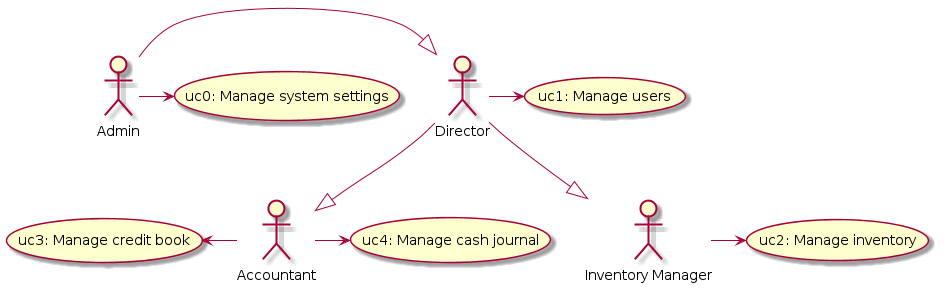
Above: docs/images/generated/features_overview_guc.png in aert/aert-farmerp (PlantUML), before the change.
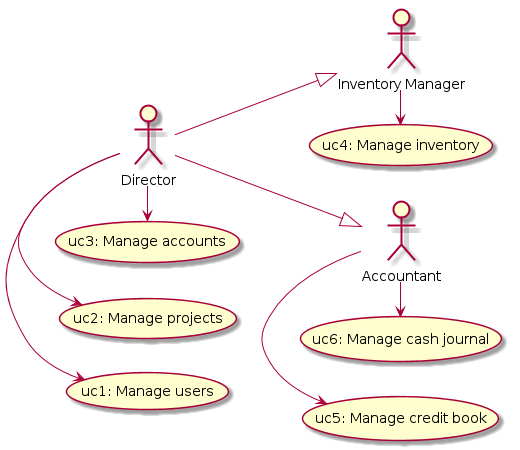
Above is the later version.

Change to the diagram source:
```diff
@@ -1,24 +1,25 @@
 @startuml features_overview_guc.png
 
 
+   left to right direction
    :Inventory Manager: as Inventory
    :Accountant:
-   :Admin:
    :Director:
-   (uc0: Manage system settings) as (guc0)
-   (uc1: Manage users) as (guc1)
-   (uc2: Manage inventory) as (guc2)
-   (uc3: Manage credit book) as (guc3)
-   (uc4: Manage cash journal) as (guc4)
+   (uc1: Manage users)           as (guc1)
+   (uc2: Manage projects)        as (guc2)
+   (uc3: Manage accounts)        as (guc3)
+   (uc4: Manage inventory)       as (guc4)
+   (uc5: Manage credit book)     as (guc5)
+   (uc6: Manage cash journal)    as (guc6)
 
-   Admin    -|>  Director
    Director --|> Inventory
    Director --|> Accountant
 
-   Admin      -> (guc0)
-   Director   -> (guc1)
-   Inventory  -> (guc2)
-   Accountant --left--> (guc3)
-   Accountant --right--> (guc4)
+   Director           -> (guc1)
+   Director           -> (guc2)
+   Director           -> (guc3)
+   Inventory          -> (guc4)
+   Accountant         -> (guc5)
+   Accountant         -> (guc6)
 
 @enduml
```
